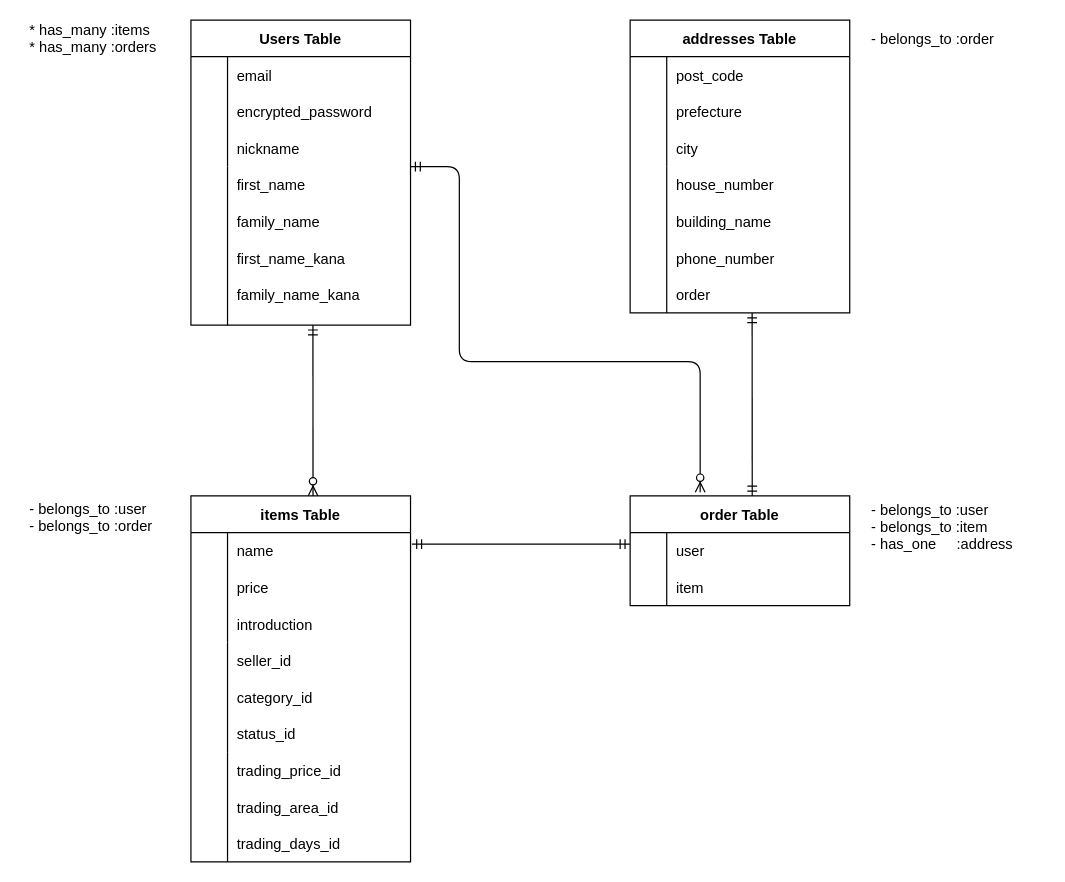
Above: test.dio in Hiro0608/furima-38192 (draw.io), before the change. Source tidied: cells renumbered, new cells numbered last; positions are measured from the earlier drawing's top-left corner, leaving out a move shared by most shapes. Both pictures are drawn from the tidied source at 122%, with x=0, y=0 at pixel (20, 20).
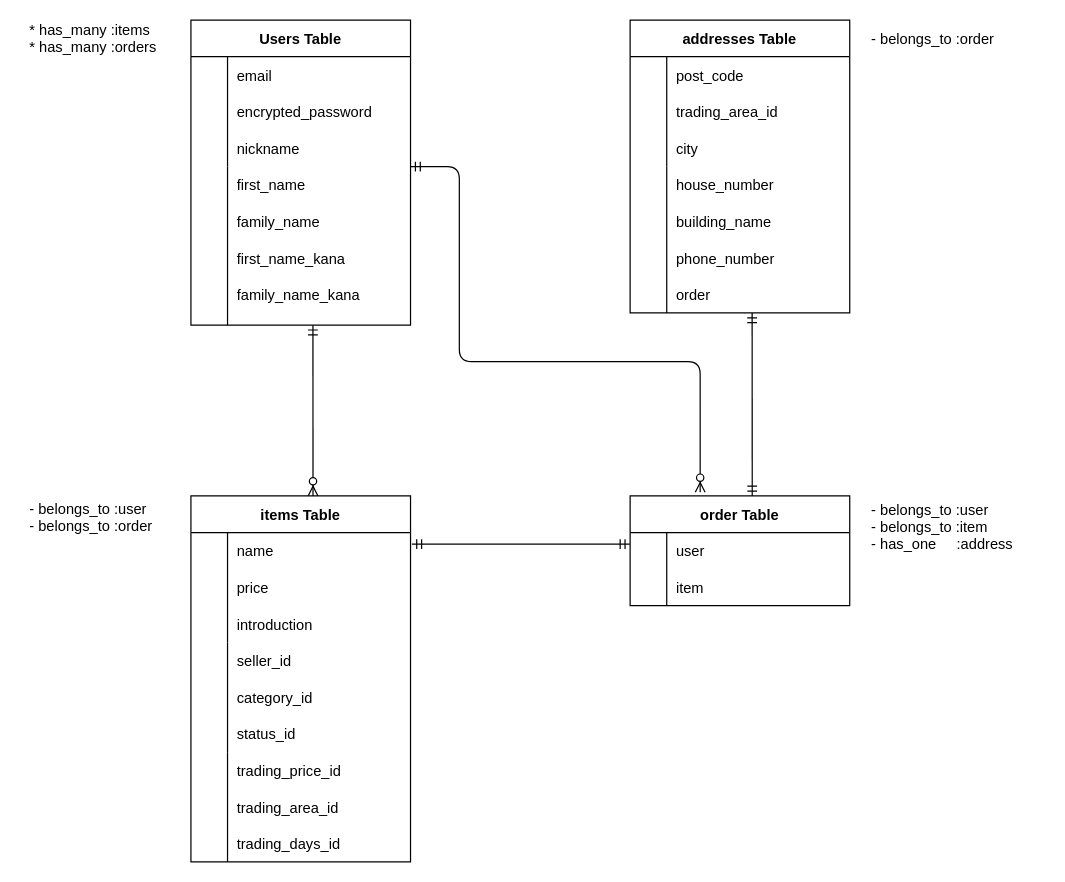
The same page after the edit.

The change refers to these unchanged cells:
```xml
<mxCell id="33" style="shape=partialRectangle;fillColor=none;top=0;left=0;bottom=0;right=0;" parent="29" vertex="1">
  <mxGeometry y="60" width="180" height="30" as="geometry" />
</mxCell>
```

The edit, as a diff of the source:
```diff
@@
-    <mxCell id="35" value="prefecture" style="shape=partialRectangle;fillColor=none;top=0;left=0;bottom=0;right=0;align=left;spacingLeft=6;overflow=hidden;" parent="33" vertex="1">
+    <mxCell id="35" value="trading_area_id  " style="shape=partialRectangle;fillColor=none;top=0;left=0;bottom=0;right=0;align=left;spacingLeft=6;overflow=hidden;" parent="33" vertex="1">
       <mxGeometry x="30" width="150" height="30" as="geometry" />
     </mxCell>
```
